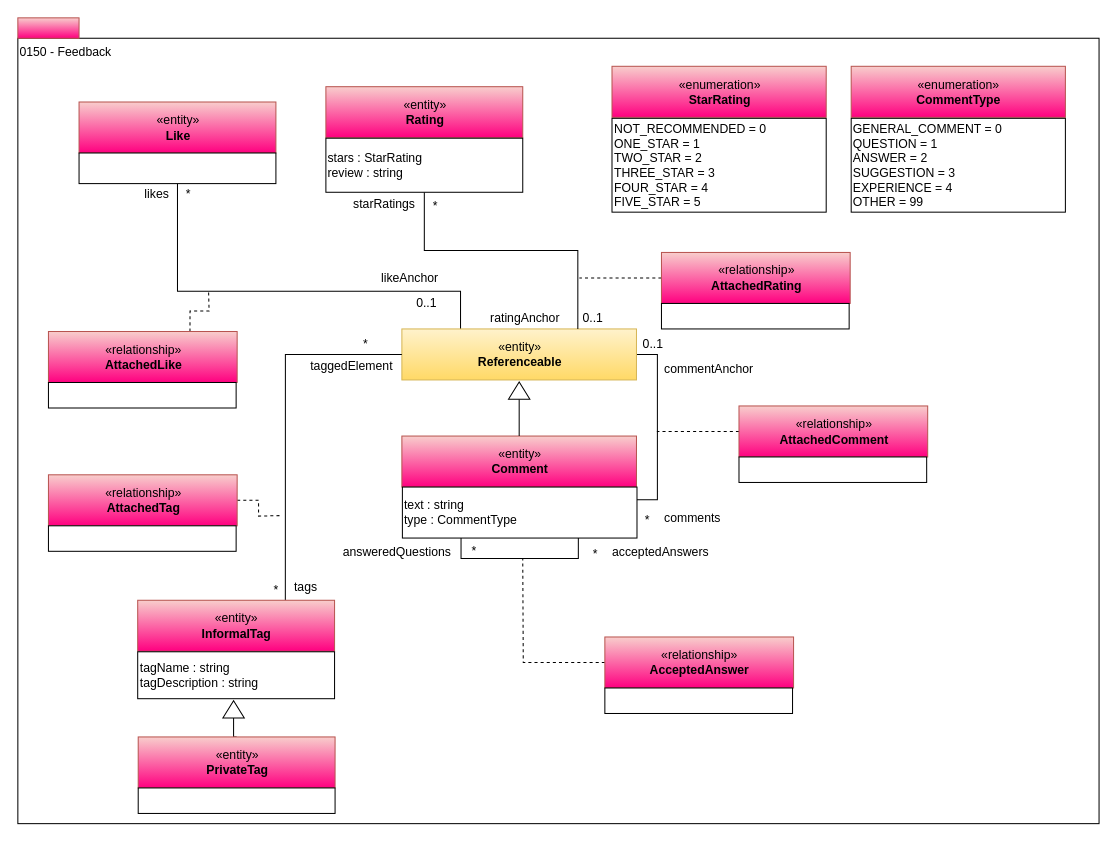
The draw.io diagram page "0150-Feedback" (11 of 13) of open-metadata-publication/website/open-metadata-types/area-1-collaboration.drawio in planetf1/egeria, before the edit. Source tidied: cells renumbered, new cells numbered last; positions are measured from the earlier drawing's top-left corner, leaving out a move shared by most shapes. Both pictures are drawn from the tidied source at 102%, with x=0, y=0 at pixel (17, 17).
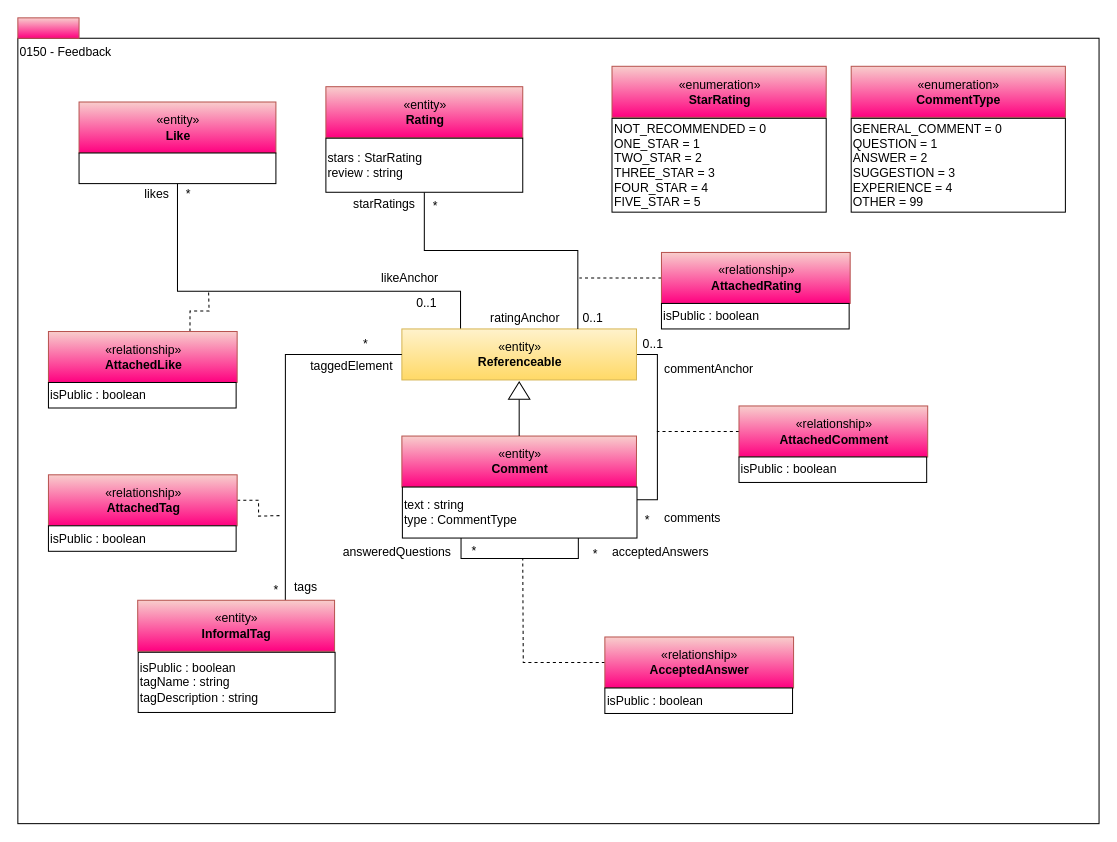
The same diagram, later.

What changed in the source:
```diff
@@
-    <mxCell id="17" style="rounded=0;whiteSpace=wrap;html=1;strokeColor=#000000;gradientColor=#ffffff;align=left;" parent="1" vertex="1">
+    <mxCell id="17" value="isPublic : boolean" style="rounded=0;whiteSpace=wrap;html=1;strokeColor=#000000;gradientColor=#ffffff;align=left;" parent="1" vertex="1">
       <mxGeometry x="707" y="430.5" width="184" height="25" as="geometry" />
     </mxCell>
@@
-    <mxCell id="28" style="rounded=0;whiteSpace=wrap;html=1;strokeColor=#000000;gradientColor=#ffffff;align=left;" parent="1" vertex="1">
+    <mxCell id="28" value="&lt;span&gt;isPublic : boolean&lt;/span&gt;" style="rounded=0;whiteSpace=wrap;html=1;strokeColor=#000000;gradientColor=#ffffff;align=left;" parent="1" vertex="1">
       <mxGeometry x="631" y="280" width="184" height="25" as="geometry" />
     </mxCell>
@@
-    <mxCell id="31" style="rounded=0;whiteSpace=wrap;html=1;strokeColor=#000000;gradientColor=#ffffff;align=left;" parent="1" vertex="1">
+    <mxCell id="31" value="&lt;span&gt;isPublic : boolean&lt;/span&gt;" style="rounded=0;whiteSpace=wrap;html=1;strokeColor=#000000;gradientColor=#ffffff;align=left;" parent="1" vertex="1">
       <mxGeometry x="30" y="357.5" width="184" height="25" as="geometry" />
     </mxCell>
@@
-    <mxCell id="34" style="rounded=0;whiteSpace=wrap;html=1;strokeColor=#000000;gradientColor=#ffffff;align=left;" parent="1" vertex="1">
+    <mxCell id="34" value="&lt;span&gt;isPublic : boolean&lt;/span&gt;" style="rounded=0;whiteSpace=wrap;html=1;strokeColor=#000000;gradientColor=#ffffff;align=left;" parent="1" vertex="1">
       <mxGeometry x="30" y="498" width="184" height="25" as="geometry" />
     </mxCell>
@@
-    <mxCell id="44" value="tagName : string&lt;br&gt;tagDescription : string&lt;br&gt;" style="rounded=0;whiteSpace=wrap;html=1;align=left;" parent="1" vertex="1">
-      <mxGeometry x="117.5" y="621.5" width="193" height="46" as="geometry" />
+    <mxCell id="44" value="isPublic : boolean&lt;br&gt;tagName : string&lt;br&gt;tagDescription : string&lt;br&gt;" style="rounded=0;whiteSpace=wrap;html=1;align=left;" parent="1" vertex="1">
+      <mxGeometry x="118" y="622" width="193" height="59" as="geometry" />
     </mxCell>
@@
-    <mxCell id="58" style="rounded=0;whiteSpace=wrap;html=1;strokeColor=#000000;gradientColor=#ffffff;align=left;" parent="1" vertex="1">
+    <mxCell id="58" value="&lt;span&gt;isPublic : boolean&lt;/span&gt;" style="rounded=0;whiteSpace=wrap;html=1;strokeColor=#000000;gradientColor=#ffffff;align=left;" parent="1" vertex="1">
       <mxGeometry x="575.5" y="657" width="184" height="25" as="geometry" />
     </mxCell>
-    <mxCell id="59" style="edgeStyle=orthogonalEdgeStyle;rounded=0;html=1;exitX=0.5;exitY=0;entryX=0;entryY=0.5;endArrow=none;endFill=0;jettySize=auto;" parent="1" edge="1" source="60" target="62">
-      <mxGeometry relative="1" as="geometry" />
-    </mxCell>
-    <mxCell id="60" value="«entity»&lt;br&gt;&lt;b&gt;PrivateTag&lt;/b&gt;" style="html=1;strokeColor=#b85450;align=center;fillColor=#f8cecc;gradientColor=#FF0080;" parent="1" vertex="1">
-      <mxGeometry x="118" y="705" width="193" height="50" as="geometry" />
-    </mxCell>
-    <mxCell id="61" style="rounded=0;whiteSpace=wrap;html=1;align=left;" parent="1" vertex="1">
-      <mxGeometry x="118" y="755" width="193" height="25" as="geometry" />
-    </mxCell>
-    <mxCell id="62" style="triangle;whiteSpace=wrap;html=1;strokeColor=#000000;gradientColor=#ffffff;align=center;rotation=-90;" parent="1" vertex="1">
-      <mxGeometry x="203" y="667.5" width="17" height="21" as="geometry" />
-    </mxCell>
```
